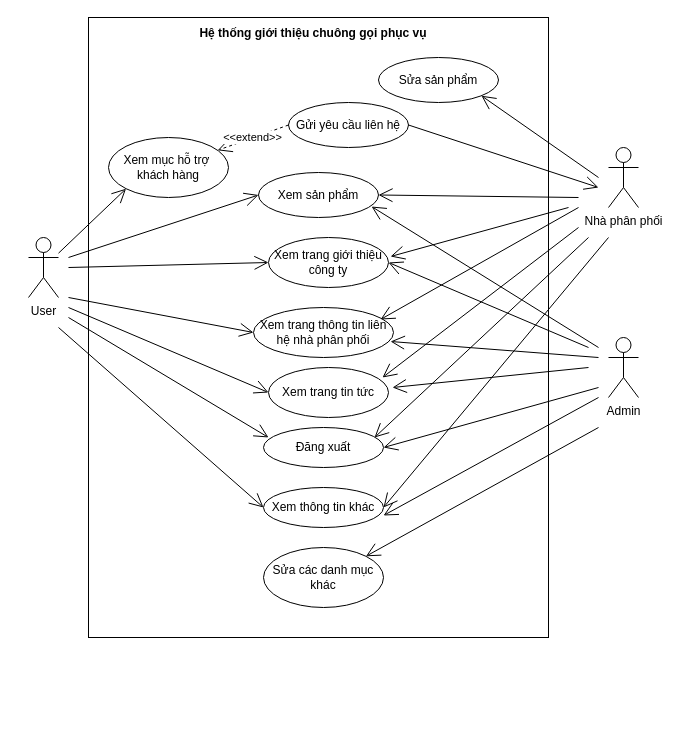
hoangminh15/PTTKHT keeps this draw.io diagram as Use Case/overviewUC.drawio. Above is the earlier version. Source tidied: cells renumbered, new cells numbered last; positions are measured from the earlier drawing's top-left corner, leaving out a move shared by most shapes. Both pictures are drawn from the tidied source at 100%, with x=0, y=0 at pixel (28, 17).
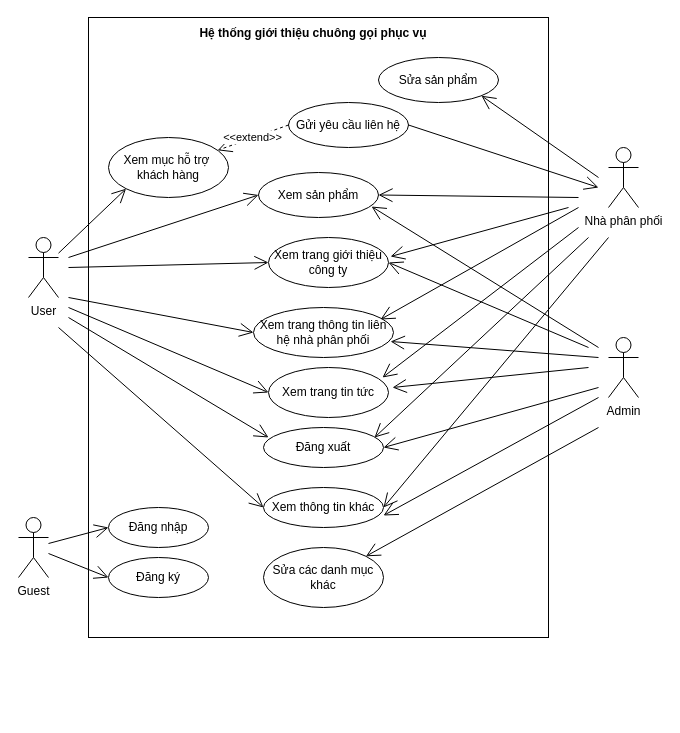
The same diagram, later.

The edit, as a diff of the source:
```diff
@@
+    <mxCell id="43" value="Guest" style="shape=umlActor;verticalLabelPosition=bottom;verticalAlign=top;html=1;outlineConnect=0;" parent="1" vertex="1">
+      <mxGeometry x="-10" y="500" width="30" height="60" as="geometry" />
+    </mxCell>
+    <mxCell id="44" value="Đăng nhập" style="ellipse;whiteSpace=wrap;html=1;" parent="1" vertex="1">
+      <mxGeometry x="80" y="490" width="100" height="40" as="geometry" />
+    </mxCell>
+    <mxCell id="45" value="Đăng ký" style="ellipse;whiteSpace=wrap;html=1;" parent="1" vertex="1">
+      <mxGeometry x="80" y="540" width="100" height="40" as="geometry" />
+    </mxCell>
+    <mxCell id="46" style="endArrow=open;endFill=1;endSize=12;html=1;entryX=0;entryY=0.5;entryDx=0;entryDy=0;" parent="1" edge="1" source="43" target="44">
+      <mxGeometry relative="1" as="geometry" />
+    </mxCell>
+    <mxCell id="47" style="endArrow=open;endFill=1;endSize=12;html=1;entryX=0;entryY=0.5;entryDx=0;entryDy=0;" parent="1" edge="1" source="43" target="45">
+      <mxGeometry relative="1" as="geometry" />
+    </mxCell>
```
